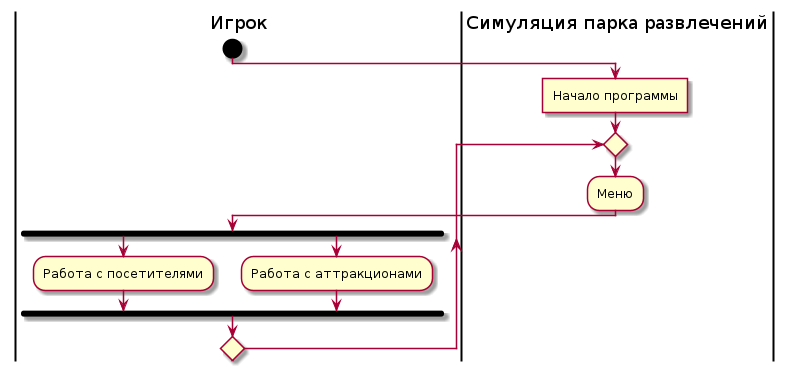
The PlantUML diagram description/images/main-activity-diagram.png in mzhirko/amusement-park, before a commit. The source it was exported from:
```plantuml
@startuml
|Игрок|
start
|Симуляция парка развлечений|
:Начало программы]
repeat
:Меню;
|Игрок|
fork
:Работа с посетителями;
forkagain
:Работа с аттракционами;
endfork
repeat while()
@enduml
```
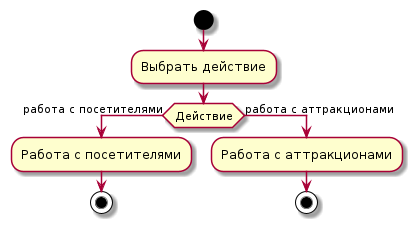
After the change.

Diff of the diagram source:
```diff
@@ -1,15 +1,11 @@
 @startuml
 |Игрок|
 start
-|Симуляция парка развлечений|
-:Начало программы]
-repeat
-:Меню;
-|Игрок|
-fork
+:Выбрать действие;
+if (Действие) then (работа с посетителями)
 :Работа с посетителями;
-forkagain
+stop
+else (работа с аттракционами)
 :Работа с аттракционами;
-endfork
-repeat while()
+stop
 @enduml
```
